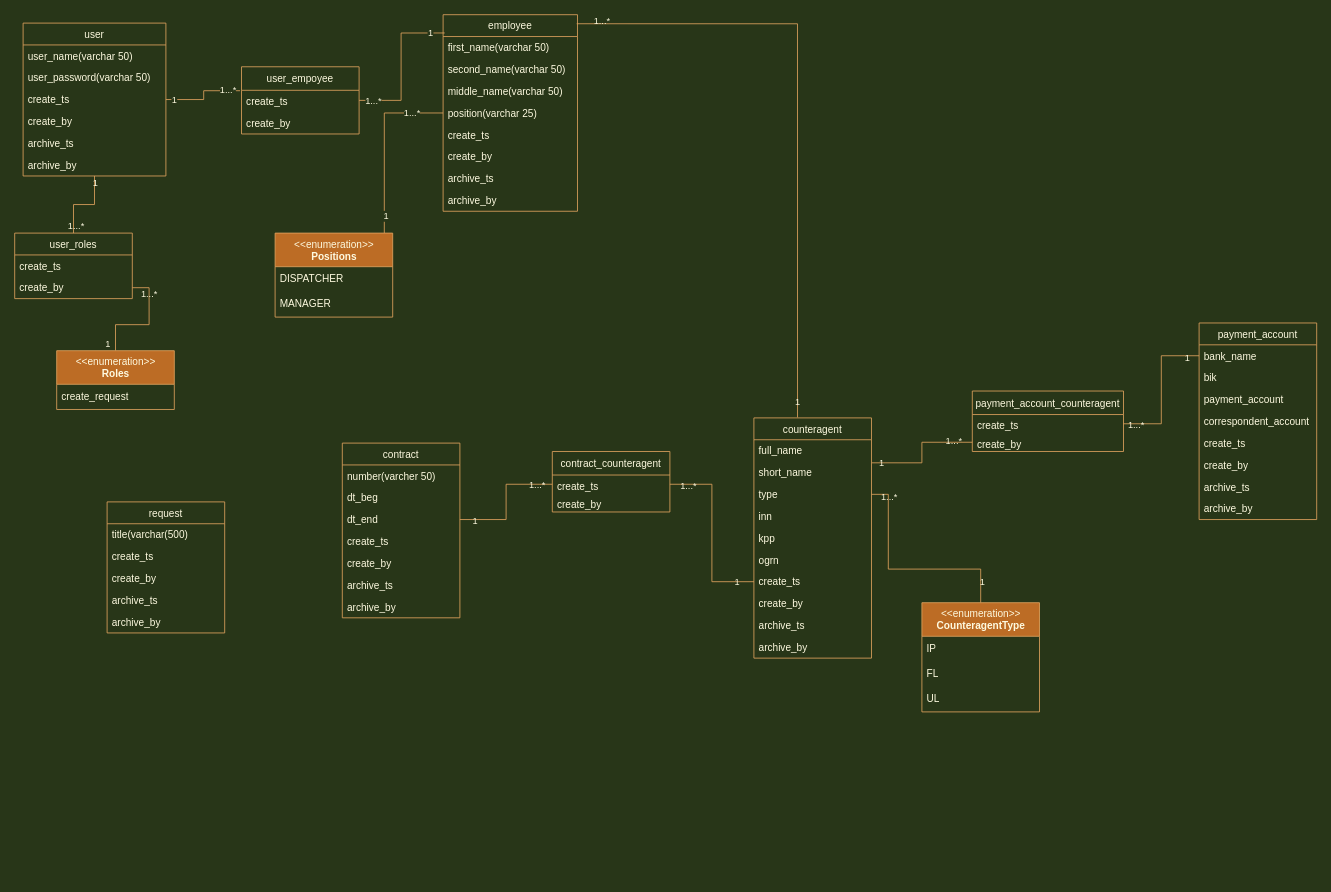
Earlier version of the draw.io diagram page "BD" (1 of 3) of BD.drawio (Blackliss/QuasimodoChemes). Source tidied: cells renumbered, new cells numbered last; positions are measured from the earlier drawing's top-left corner, leaving out a move shared by most shapes. Both pictures are drawn from the tidied source at 84%, with x=0, y=0 at pixel (14, 14).
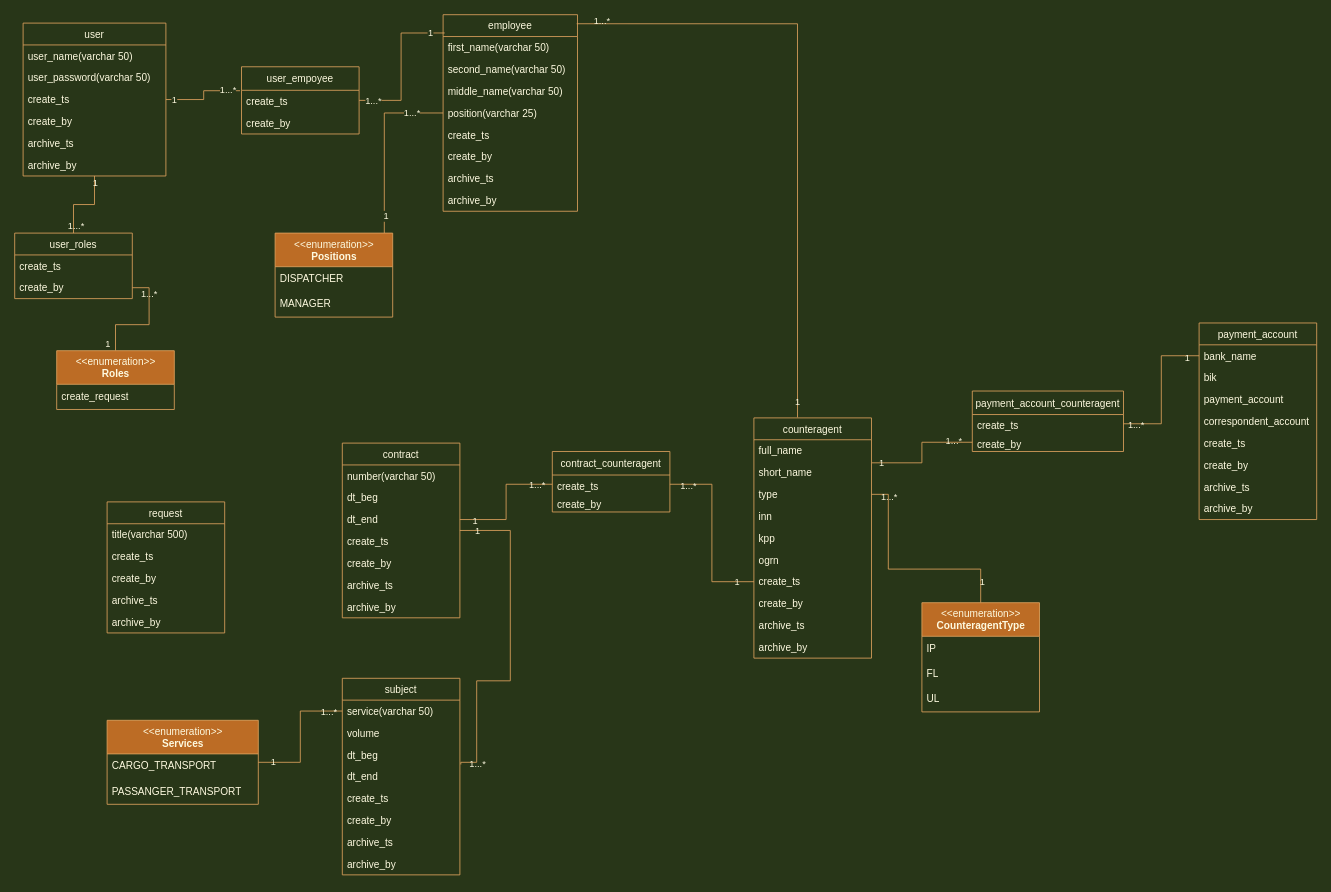
The same page after the edit.

Unchanged cells that the change refers to:
```xml
<mxCell id="15" value="employee" style="swimlane;fontStyle=0;horizontal=1;startSize=26;fillColor=none;rounded=0;strokeColor=#DDA15E;fontColor=#FEFAE0;" parent="1" vertex="1">
  <mxGeometry x="510" width="160" height="234" as="geometry" />
</mxCell>
<mxCell id="35" value="request" style="swimlane;fontStyle=0;horizontal=1;startSize=26;fillColor=none;rounded=0;sketch=0;fontColor=#FEFAE0;strokeColor=#DDA15E;" parent="1" vertex="1">
  <mxGeometry x="110" y="580" width="140" height="156" as="geometry" />
</mxCell>
<mxCell id="50" value="contract" style="swimlane;fontStyle=0;horizontal=1;startSize=26;fillColor=none;strokeColor=#DDA15E;fontColor=#FEFAE0;" parent="1" vertex="1">
  <mxGeometry x="390" y="510" width="140" height="208" as="geometry" />
</mxCell>
<mxCell id="53" value="dt_end" style="text;strokeColor=none;fillColor=none;align=left;verticalAlign=top;spacingLeft=4;spacingRight=4;overflow=hidden;points=[[0,0.5],[1,0.5]];portConstraint=eastwest;fontColor=#FEFAE0;" parent="50" vertex="1">
  <mxGeometry y="78" width="140" height="26" as="geometry" />
</mxCell>
<mxCell id="58" value="counteragent" style="swimlane;fontStyle=0;horizontal=1;startSize=26;fillColor=none;strokeColor=#DDA15E;fontColor=#FEFAE0;" parent="1" vertex="1">
  <mxGeometry x="880" y="480" width="140" height="286" as="geometry" />
</mxCell>
<mxCell id="60" value="short_name" style="text;strokeColor=none;fillColor=none;align=left;verticalAlign=top;spacingLeft=4;spacingRight=4;overflow=hidden;points=[[0,0.5],[1,0.5]];portConstraint=eastwest;fontColor=#FEFAE0;" parent="58" vertex="1">
  <mxGeometry y="52" width="140" height="26" as="geometry" />
</mxCell>
<mxCell id="61" value="type" style="text;strokeColor=none;fillColor=none;align=left;verticalAlign=top;spacingLeft=4;spacingRight=4;overflow=hidden;points=[[0,0.5],[1,0.5]];portConstraint=eastwest;fontColor=#FEFAE0;" parent="58" vertex="1">
  <mxGeometry y="78" width="140" height="26" as="geometry" />
</mxCell>
<mxCell id="65" value="create_ts" style="text;strokeColor=none;fillColor=none;align=left;verticalAlign=top;spacingLeft=4;spacingRight=4;overflow=hidden;points=[[0,0.5],[1,0.5]];portConstraint=eastwest;fontColor=#FEFAE0;" parent="58" vertex="1">
  <mxGeometry y="182" width="140" height="26" as="geometry" />
</mxCell>
<mxCell id="70" value="create_ts" style="text;strokeColor=none;fillColor=none;align=left;verticalAlign=top;spacingLeft=4;spacingRight=4;overflow=hidden;points=[[0,0.5],[1,0.5]];portConstraint=eastwest;rounded=0;fontColor=#FEFAE0;" parent="69" vertex="1">
  <mxGeometry y="28" width="140" height="22" as="geometry" />
</mxCell>
<mxCell id="78" value="&amp;lt;&amp;lt;enumeration&amp;gt;&amp;gt;&lt;br&gt;&lt;b&gt;CounteragentType&lt;/b&gt;" style="swimlane;fontStyle=0;align=center;verticalAlign=top;horizontal=1;startSize=40;html=1;rounded=0;fillColor=#BC6C25;strokeColor=#DDA15E;fontColor=#FEFAE0;" parent="1" vertex="1">
  <mxGeometry x="1080" y="700" width="140" height="130" as="geometry" />
</mxCell>
<mxCell id="86" value="bank_name" style="text;strokeColor=none;fillColor=none;align=left;verticalAlign=top;spacingLeft=4;spacingRight=4;overflow=hidden;points=[[0,0.5],[1,0.5]];portConstraint=eastwest;fontColor=#FEFAE0;" parent="85" vertex="1">
  <mxGeometry y="26" width="140" height="26" as="geometry" />
</mxCell>
<mxCell id="95" value="create_ts" style="text;strokeColor=none;fillColor=none;align=left;verticalAlign=top;spacingLeft=4;spacingRight=4;overflow=hidden;points=[[0,0.5],[1,0.5]];portConstraint=eastwest;rounded=0;fontColor=#FEFAE0;" parent="94" vertex="1">
  <mxGeometry y="28" width="180" height="22" as="geometry" />
</mxCell>
<mxCell id="96" value="create_by" style="text;strokeColor=none;fillColor=none;align=left;verticalAlign=top;spacingLeft=4;spacingRight=4;overflow=hidden;points=[[0,0.5],[1,0.5]];portConstraint=eastwest;rounded=0;fontColor=#FEFAE0;" parent="94" vertex="1">
  <mxGeometry y="50" width="180" height="22" as="geometry" />
</mxCell>
```

Change to the diagram source:
```diff
@@
-    <mxCell id="36" value="title(varchar(500)" style="text;strokeColor=none;fillColor=none;align=left;verticalAlign=top;spacingLeft=4;spacingRight=4;overflow=hidden;rounded=0;sketch=0;fontColor=#FEFAE0;" parent="35" vertex="1">
+    <mxCell id="36" value="title(varchar 500)" style="text;strokeColor=none;fillColor=none;align=left;verticalAlign=top;spacingLeft=4;spacingRight=4;overflow=hidden;rounded=0;sketch=0;fontColor=#FEFAE0;" parent="35" vertex="1">
       <mxGeometry y="26" width="140" height="26" as="geometry" />
     </mxCell>
@@
+    <mxCell id="106" style="edgeStyle=orthogonalEdgeStyle;rounded=0;sketch=0;jettySize=auto;html=1;entryX=1.008;entryY=-0.055;entryDx=0;entryDy=0;entryPerimeter=0;fontColor=#FEFAE0;strokeColor=#DDA15E;fillColor=#BC6C25;endArrow=none;endFill=0;" parent="1" edge="1" source="50" target="113">
+      <mxGeometry relative="1" as="geometry">
+        <Array as="points">
+          <mxPoint x="590" y="614" />
+          <mxPoint x="590" y="793" />
+          <mxPoint x="550" y="793" />
+          <mxPoint x="550" y="890" />
+          <mxPoint x="531" y="890" />
+        </Array>
+      </mxGeometry>
+    </mxCell>
+    <mxCell id="107" value="1" style="edgeLabel;html=1;align=center;verticalAlign=middle;fontColor=#FEFAE0;labelBackgroundColor=none;" parent="106" vertex="1">
+      <mxGeometry x="-0.9" relative="1" as="geometry" />
+    </mxCell>
+    <mxCell id="108" value="1...*" style="edgeLabel;html=1;align=center;verticalAlign=middle;fontColor=#FEFAE0;labelBackgroundColor=none;" parent="106" vertex="1">
+      <mxGeometry x="0.89" y="1" relative="1" as="geometry" />
+    </mxCell>
@@
-    <mxCell id="51" value="number(varcher 50)" style="text;strokeColor=none;fillColor=none;align=left;verticalAlign=top;spacingLeft=4;spacingRight=4;overflow=hidden;fontColor=#FEFAE0;" parent="50" vertex="1">
+    <mxCell id="51" value="number(varchar 50)" style="text;strokeColor=none;fillColor=none;align=left;verticalAlign=top;spacingLeft=4;spacingRight=4;overflow=hidden;fontColor=#FEFAE0;" parent="50" vertex="1">
       <mxGeometry y="26" width="140" height="26" as="geometry" />
     </mxCell>
@@
-    <mxCell id="72" style="edgeStyle=orthogonalEdgeStyle;rounded=0;sketch=0;jettySize=auto;html=1;entryX=0;entryY=0.5;entryDx=0;entryDy=0;fontColor=#FEFAE0;strokeColor=#DDA15E;fillColor=#BC6C25;endArrow=none;endFill=0;" parent="1" edge="1" source="53" target="70">
+    <mxCell id="72" style="edgeStyle=orthogonalEdgeStyle;rounded=0;sketch=0;jettySize=auto;html=1;entryX=0;entryY=0.5;entryDx=0;entryDy=0;fontColor=#FEFAE0;strokeColor=#DDA15E;fillColor=#BC6C25;endArrow=none;endFill=0;labelBackgroundColor=#283618;" parent="1" edge="1" source="53" target="70">
       <mxGeometry relative="1" as="geometry" />
     </mxCell>
@@
-    <mxCell id="75" style="edgeStyle=orthogonalEdgeStyle;rounded=0;sketch=0;jettySize=auto;html=1;entryX=1;entryY=0.5;entryDx=0;entryDy=0;fontColor=#FEFAE0;endArrow=none;endFill=0;strokeColor=#DDA15E;fillColor=#BC6C25;" parent="1" edge="1" source="65" target="70">
+    <mxCell id="75" style="edgeStyle=orthogonalEdgeStyle;rounded=0;sketch=0;jettySize=auto;html=1;entryX=1;entryY=0.5;entryDx=0;entryDy=0;fontColor=#FEFAE0;endArrow=none;endFill=0;strokeColor=#DDA15E;fillColor=#BC6C25;labelBackgroundColor=#283618;" parent="1" edge="1" source="65" target="70">
       <mxGeometry relative="1" as="geometry" />
     </mxCell>
@@
-    <mxCell id="82" style="edgeStyle=orthogonalEdgeStyle;rounded=0;sketch=0;jettySize=auto;html=1;fontColor=#FEFAE0;endArrow=none;endFill=0;strokeColor=#DDA15E;fillColor=#BC6C25;" parent="1" edge="1" source="78" target="61">
+    <mxCell id="82" style="edgeStyle=orthogonalEdgeStyle;rounded=0;sketch=0;jettySize=auto;html=1;fontColor=#FEFAE0;endArrow=none;endFill=0;strokeColor=#DDA15E;fillColor=#BC6C25;labelBackgroundColor=#283618;" parent="1" edge="1" source="78" target="61">
       <mxGeometry relative="1" as="geometry">
         <Array as="points">
           <mxPoint x="1150" y="660" />
           <mxPoint x="1040" y="660" />
           <mxPoint x="1040" y="571" />
         </Array>
       </mxGeometry>
     </mxCell>
@@
-    <mxCell id="97" style="edgeStyle=orthogonalEdgeStyle;rounded=0;sketch=0;jettySize=auto;html=1;entryX=0;entryY=0.5;entryDx=0;entryDy=0;fontColor=#FEFAE0;endArrow=none;endFill=0;strokeColor=#DDA15E;fillColor=#BC6C25;" parent="1" edge="1" source="95" target="86">
+    <mxCell id="97" style="edgeStyle=orthogonalEdgeStyle;rounded=0;sketch=0;jettySize=auto;html=1;entryX=0;entryY=0.5;entryDx=0;entryDy=0;fontColor=#FEFAE0;endArrow=none;endFill=0;strokeColor=#DDA15E;fillColor=#BC6C25;labelBackgroundColor=#283618;" parent="1" edge="1" source="95" target="86">
       <mxGeometry relative="1" as="geometry" />
     </mxCell>
@@
-    <mxCell id="100" style="edgeStyle=orthogonalEdgeStyle;rounded=0;sketch=0;jettySize=auto;html=1;entryX=1.003;entryY=0.057;entryDx=0;entryDy=0;entryPerimeter=0;fontColor=#FEFAE0;endArrow=none;endFill=0;strokeColor=#DDA15E;fillColor=#BC6C25;" parent="1" edge="1" source="96" target="60">
+    <mxCell id="100" style="edgeStyle=orthogonalEdgeStyle;rounded=0;sketch=0;jettySize=auto;html=1;entryX=1.003;entryY=0.057;entryDx=0;entryDy=0;entryPerimeter=0;fontColor=#FEFAE0;endArrow=none;endFill=0;strokeColor=#DDA15E;fillColor=#BC6C25;labelBackgroundColor=#283618;" parent="1" edge="1" source="96" target="60">
       <mxGeometry relative="1" as="geometry" />
     </mxCell>
@@
-    <mxCell id="103" style="edgeStyle=orthogonalEdgeStyle;rounded=0;sketch=0;jettySize=auto;html=1;entryX=0.371;entryY=-0.002;entryDx=0;entryDy=0;entryPerimeter=0;fontColor=#FEFAE0;endArrow=none;endFill=0;strokeColor=#DDA15E;fillColor=#BC6C25;exitX=0.994;exitY=0.046;exitDx=0;exitDy=0;exitPerimeter=0;" parent="1" edge="1" source="15" target="58">
+    <mxCell id="103" style="edgeStyle=orthogonalEdgeStyle;rounded=0;sketch=0;jettySize=auto;html=1;entryX=0.371;entryY=-0.002;entryDx=0;entryDy=0;entryPerimeter=0;fontColor=#FEFAE0;endArrow=none;endFill=0;strokeColor=#DDA15E;fillColor=#BC6C25;exitX=0.994;exitY=0.046;exitDx=0;exitDy=0;exitPerimeter=0;labelBackgroundColor=#283618;" parent="1" edge="1" source="15" target="58">
       <mxGeometry relative="1" as="geometry" />
     </mxCell>
@@
+    <mxCell id="109" value="subject" style="swimlane;fontStyle=0;horizontal=1;startSize=26;fillColor=none;strokeColor=#DDA15E;fontColor=#FEFAE0;" parent="1" vertex="1">
+      <mxGeometry x="390" y="790" width="140" height="234" as="geometry" />
+    </mxCell>
+    <mxCell id="110" value="service(varchar 50)" style="text;strokeColor=none;fillColor=none;align=left;verticalAlign=top;spacingLeft=4;spacingRight=4;overflow=hidden;points=[[0,0.5],[1,0.5]];portConstraint=eastwest;fontColor=#FEFAE0;" parent="109" vertex="1">
+      <mxGeometry y="26" width="140" height="26" as="geometry" />
+    </mxCell>
+    <mxCell id="111" value="volume" style="text;strokeColor=none;fillColor=none;align=left;verticalAlign=top;spacingLeft=4;spacingRight=4;overflow=hidden;fontColor=#FEFAE0;" parent="109" vertex="1">
+      <mxGeometry y="52" width="140" height="26" as="geometry" />
+    </mxCell>
+    <mxCell id="112" value="dt_beg" style="text;strokeColor=none;fillColor=none;align=left;verticalAlign=top;spacingLeft=4;spacingRight=4;overflow=hidden;fontColor=#FEFAE0;" parent="109" vertex="1">
+      <mxGeometry y="78" width="140" height="26" as="geometry" />
+    </mxCell>
+    <mxCell id="113" value="dt_end" style="text;strokeColor=none;fillColor=none;align=left;verticalAlign=top;spacingLeft=4;spacingRight=4;overflow=hidden;points=[[0,0.5],[1,0.5]];portConstraint=eastwest;fontColor=#FEFAE0;" parent="109" vertex="1">
+      <mxGeometry y="104" width="140" height="26" as="geometry" />
+    </mxCell>
+    <mxCell id="114" value="create_ts" style="text;strokeColor=none;fillColor=none;align=left;verticalAlign=top;spacingLeft=4;spacingRight=4;overflow=hidden;fontColor=#FEFAE0;" parent="109" vertex="1">
+      <mxGeometry y="130" width="140" height="26" as="geometry" />
+    </mxCell>
+    <mxCell id="115" value="create_by" style="text;strokeColor=none;fillColor=none;align=left;verticalAlign=top;spacingLeft=4;spacingRight=4;overflow=hidden;fontColor=#FEFAE0;" parent="109" vertex="1">
+      <mxGeometry y="156" width="140" height="26" as="geometry" />
+    </mxCell>
+    <mxCell id="116" value="archive_ts" style="text;strokeColor=none;fillColor=none;align=left;verticalAlign=top;spacingLeft=4;spacingRight=4;overflow=hidden;fontColor=#FEFAE0;" parent="109" vertex="1">
+      <mxGeometry y="182" width="140" height="26" as="geometry" />
+    </mxCell>
+    <mxCell id="117" value="archive_by" style="text;strokeColor=none;fillColor=none;align=left;verticalAlign=top;spacingLeft=4;spacingRight=4;overflow=hidden;fontColor=#FEFAE0;" parent="109" vertex="1">
+      <mxGeometry y="208" width="140" height="26" as="geometry" />
+    </mxCell>
+    <mxCell id="118" style="edgeStyle=orthogonalEdgeStyle;rounded=0;sketch=0;jettySize=auto;html=1;fontColor=#FEFAE0;endArrow=none;endFill=0;strokeColor=#DDA15E;fillColor=#BC6C25;" parent="1" edge="1" source="121" target="110">
+      <mxGeometry relative="1" as="geometry" />
+    </mxCell>
+    <mxCell id="119" value="1...*" style="edgeLabel;html=1;align=center;verticalAlign=middle;fontColor=#FEFAE0;labelBackgroundColor=none;" parent="118" vertex="1">
+      <mxGeometry x="0.79" relative="1" as="geometry" />
+    </mxCell>
+    <mxCell id="120" value="1" style="edgeLabel;html=1;align=center;verticalAlign=middle;fontColor=#FEFAE0;labelBackgroundColor=none;" parent="118" vertex="1">
+      <mxGeometry x="-0.79" y="1" relative="1" as="geometry" />
+    </mxCell>
+    <mxCell id="121" value="&amp;lt;&amp;lt;enumeration&amp;gt;&amp;gt;&lt;br&gt;&lt;b&gt;Services&lt;/b&gt;" style="swimlane;fontStyle=0;align=center;verticalAlign=top;horizontal=1;startSize=40;html=1;rounded=0;fillColor=#BC6C25;strokeColor=#DDA15E;fontColor=#FEFAE0;" parent="1" vertex="1">
+      <mxGeometry x="110" y="840" width="180" height="100" as="geometry" />
+    </mxCell>
+    <mxCell id="122" value="CARGO_TRANSPORT" style="text;html=1;strokeColor=none;fillColor=none;align=left;verticalAlign=middle;spacingLeft=4;spacingRight=4;overflow=hidden;rounded=0;fontColor=#FEFAE0;" parent="121" vertex="1">
+      <mxGeometry y="40" width="180" height="30" as="geometry" />
+    </mxCell>
+    <mxCell id="123" value="PASSANGER_TRANSPORT" style="text;html=1;strokeColor=none;fillColor=none;align=left;verticalAlign=middle;spacingLeft=4;spacingRight=4;overflow=hidden;rounded=0;fontColor=#FEFAE0;" parent="121" vertex="1">
+      <mxGeometry y="70" width="180" height="30" as="geometry" />
+    </mxCell>
```
